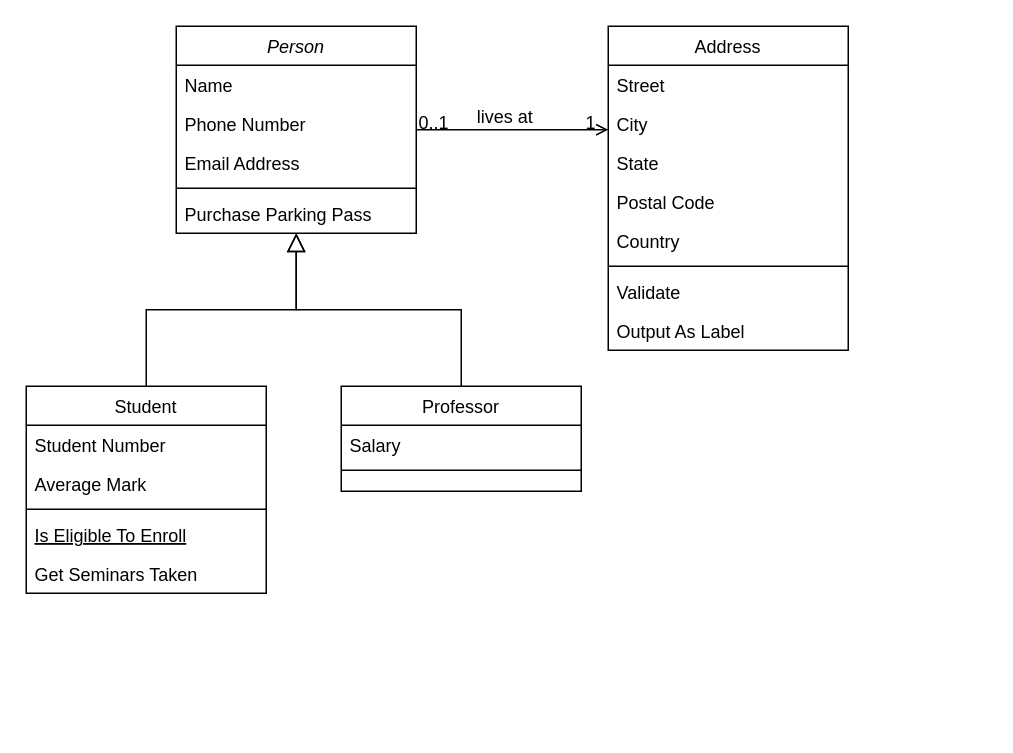
Before: Diagram_klas.drawio in MichjuX/UML_Diagrams, a draw.io diagram. Source tidied: cells renumbered, new cells numbered last; positions are measured from the earlier drawing's top-left corner, leaving out a move shared by most shapes. Both pictures are drawn from the tidied source at 150%, with x=0, y=0 at pixel (26, 26).
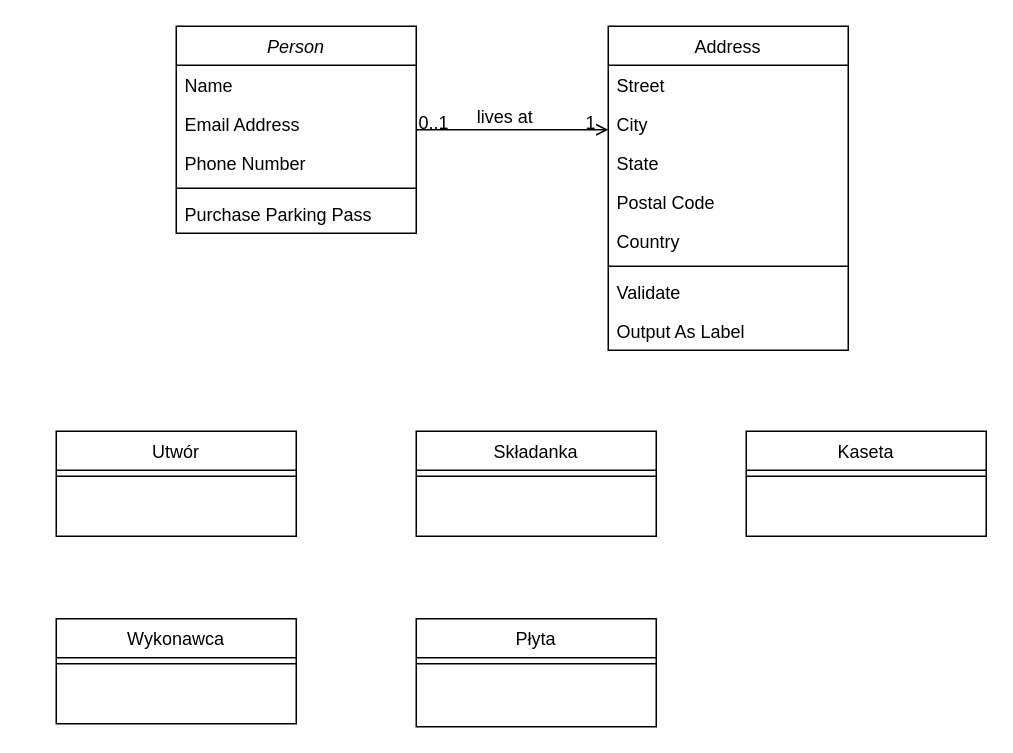
Above is the later version.

Unchanged cells that the change refers to:
```xml
<mxCell id="2" value="Person" style="swimlane;fontStyle=2;align=center;verticalAlign=top;horizontal=1;startSize=26;rounded=0;shadow=0;strokeWidth=1;" parent="1" vertex="1">
  <mxGeometry x="100" width="160" height="138" as="geometry" />
</mxCell>
```

What changed in the source:
```diff
@@
+    <mxCell id="5" value="Email Address" style="text;align=left;verticalAlign=top;spacingLeft=4;spacingRight=4;overflow=hidden;rounded=0;shadow=0;html=0;" parent="2" vertex="1">
+      <mxGeometry y="52" width="160" height="26" as="geometry" />
+    </mxCell>
     <mxCell id="4" value="Phone Number" style="text;align=left;verticalAlign=top;spacingLeft=4;spacingRight=4;overflow=hidden;rounded=0;shadow=0;html=0;" parent="2" vertex="1">
-      <mxGeometry y="52" width="160" height="26" as="geometry" />
+      <mxGeometry y="78" width="160" height="26" as="geometry" />
     </mxCell>
-    <mxCell id="5" value="Email Address" style="text;align=left;verticalAlign=top;spacingLeft=4;spacingRight=4;overflow=hidden;rounded=0;shadow=0;html=0;" parent="2" vertex="1">
-      <mxGeometry y="78" width="160" height="26" as="geometry" />
-    </mxCell>
@@
-    <mxCell id="8" value="Student" style="swimlane;fontStyle=0;align=center;verticalAlign=top;horizontal=1;startSize=26;rounded=0;shadow=0;strokeWidth=1;" parent="1" vertex="1">
-      <mxGeometry y="240" width="160" height="138" as="geometry" />
-    </mxCell>
-    <mxCell id="9" value="Student Number" style="text;align=left;verticalAlign=top;spacingLeft=4;spacingRight=4;overflow=hidden;" parent="8" vertex="1">
-      <mxGeometry y="26" width="160" height="26" as="geometry" />
-    </mxCell>
-    <mxCell id="10" value="Average Mark" style="text;align=left;verticalAlign=top;spacingLeft=4;spacingRight=4;overflow=hidden;rounded=0;shadow=0;html=0;" parent="8" vertex="1">
-      <mxGeometry y="52" width="160" height="26" as="geometry" />
-    </mxCell>
-    <mxCell id="11" style="line;html=1;strokeWidth=1;align=left;verticalAlign=middle;spacingTop=-1;spacingLeft=3;spacingRight=3;labelPosition=right;" parent="8" vertex="1">
-      <mxGeometry y="78" width="160" height="8" as="geometry" />
-    </mxCell>
-    <mxCell id="12" value="Is Eligible To Enroll" style="text;align=left;verticalAlign=top;spacingLeft=4;spacingRight=4;overflow=hidden;fontStyle=4;" parent="8" vertex="1">
-      <mxGeometry y="86" width="160" height="26" as="geometry" />
-    </mxCell>
-    <mxCell id="13" value="Get Seminars Taken" style="text;align=left;verticalAlign=top;spacingLeft=4;spacingRight=4;overflow=hidden;" parent="8" vertex="1">
-      <mxGeometry y="112" width="160" height="26" as="geometry" />
-    </mxCell>
-    <mxCell id="14" style="endArrow=block;endSize=10;endFill=0;shadow=0;strokeWidth=1;rounded=0;curved=0;edgeStyle=elbowEdgeStyle;elbow=vertical;" parent="1" edge="1" source="8" target="2">
-      <mxGeometry relative="1" as="geometry" />
-    </mxCell>
-    <mxCell id="15" value="Professor" style="swimlane;fontStyle=0;align=center;verticalAlign=top;horizontal=1;startSize=26;rounded=0;shadow=0;strokeWidth=1;" parent="1" vertex="1">
-      <mxGeometry x="210" y="240" width="160" height="70" as="geometry" />
+    <mxCell id="15" value="Płyta" style="swimlane;fontStyle=0;align=center;verticalAlign=top;horizontal=1;startSize=26;rounded=0;shadow=0;strokeWidth=1;" parent="1" vertex="1">
+      <mxGeometry x="260" y="395" width="160" height="72" as="geometry" />
     </mxCell>
-    <mxCell id="16" value="Salary" style="text;align=left;verticalAlign=top;spacingLeft=4;spacingRight=4;overflow=hidden;" parent="15" vertex="1">
-      <mxGeometry y="26" width="160" height="26" as="geometry" />
-    </mxCell>
     <mxCell id="17" style="line;html=1;strokeWidth=1;align=left;verticalAlign=middle;spacingTop=-1;spacingLeft=3;spacingRight=3;labelPosition=right;" parent="15" vertex="1">
-      <mxGeometry y="52" width="160" height="8" as="geometry" />
+      <mxGeometry y="26" width="160" height="8" as="geometry" />
     </mxCell>
-    <mxCell id="18" style="endArrow=block;endSize=10;endFill=0;shadow=0;strokeWidth=1;rounded=0;curved=0;edgeStyle=elbowEdgeStyle;elbow=vertical;" parent="1" edge="1" source="15" target="2">
-      <mxGeometry relative="1" as="geometry" />
-    </mxCell>
@@
+    <mxCell id="32" value="Kaseta" style="swimlane;fontStyle=0;align=center;verticalAlign=top;horizontal=1;startSize=26;rounded=0;shadow=0;strokeWidth=1;" parent="1" vertex="1">
+      <mxGeometry x="480" y="270" width="160" height="70" as="geometry" />
+    </mxCell>
+    <mxCell id="33" style="line;html=1;strokeWidth=1;align=left;verticalAlign=middle;spacingTop=-1;spacingLeft=3;spacingRight=3;labelPosition=right;" parent="32" vertex="1">
+      <mxGeometry y="26" width="160" height="8" as="geometry" />
+    </mxCell>
+    <mxCell id="34" value="Składanka&#10;" style="swimlane;fontStyle=0;align=center;verticalAlign=top;horizontal=1;startSize=26;rounded=0;shadow=0;strokeWidth=1;" parent="1" vertex="1">
+      <mxGeometry x="260" y="270" width="160" height="70" as="geometry" />
+    </mxCell>
+    <mxCell id="35" style="line;html=1;strokeWidth=1;align=left;verticalAlign=middle;spacingTop=-1;spacingLeft=3;spacingRight=3;labelPosition=right;" parent="34" vertex="1">
+      <mxGeometry y="26" width="160" height="8" as="geometry" />
+    </mxCell>
+    <mxCell id="36" value="Utwór" style="swimlane;fontStyle=0;align=center;verticalAlign=top;horizontal=1;startSize=26;rounded=0;shadow=0;strokeWidth=1;" parent="1" vertex="1">
+      <mxGeometry x="20" y="270" width="160" height="70" as="geometry" />
+    </mxCell>
+    <mxCell id="37" style="line;html=1;strokeWidth=1;align=left;verticalAlign=middle;spacingTop=-1;spacingLeft=3;spacingRight=3;labelPosition=right;" parent="36" vertex="1">
+      <mxGeometry y="26" width="160" height="8" as="geometry" />
+    </mxCell>
+    <mxCell id="38" value="Wykonawca&#10;" style="swimlane;fontStyle=0;align=center;verticalAlign=top;horizontal=1;startSize=26;rounded=0;shadow=0;strokeWidth=1;" parent="1" vertex="1">
+      <mxGeometry x="20" y="395" width="160" height="70" as="geometry" />
+    </mxCell>
+    <mxCell id="39" style="line;html=1;strokeWidth=1;align=left;verticalAlign=middle;spacingTop=-1;spacingLeft=3;spacingRight=3;labelPosition=right;" parent="38" vertex="1">
+      <mxGeometry y="26" width="160" height="8" as="geometry" />
+    </mxCell>
```
